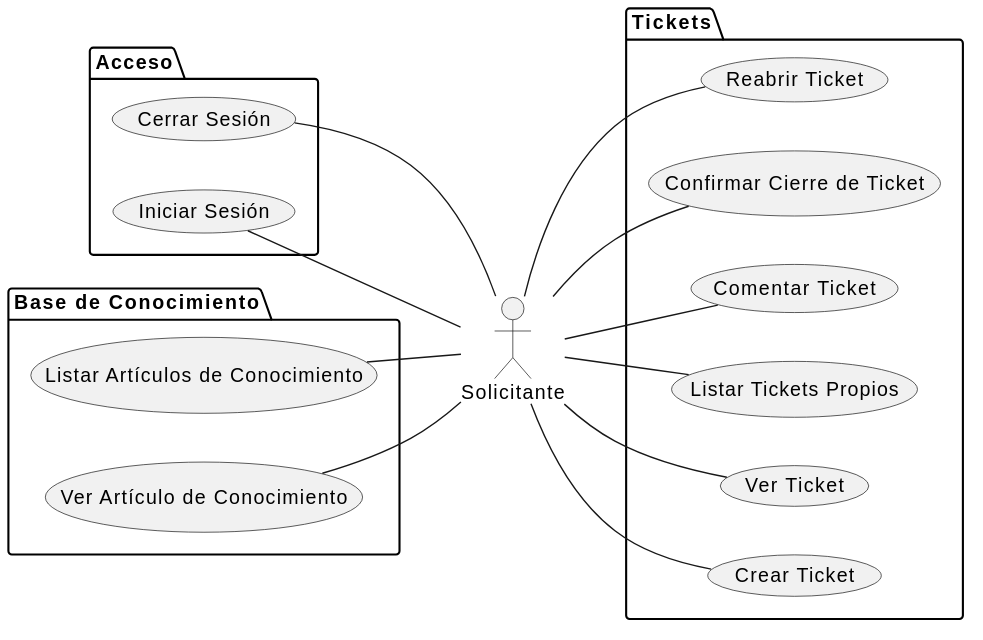
The PlantUML diagram puml/01-fase-inicio/casos-de-uso/actor-solicitante.svg in Dievex/01-HelpDesk, before a commit. Its diagram source:
```plantuml
@startuml
left to right direction


actor Solicitante

package Acceso {
  usecase "Iniciar Sesión" as UC01
  usecase "Cerrar Sesión" as UC02
}

package "Base de Conocimiento" {
  usecase "Ver Artículo de Conocimiento" as UC09
  usecase "Listar Artículos de Conocimiento" as UC10
}

package Tickets {
  usecase "Crear Ticket" as UC03
  usecase "Ver Ticket" as UC04
  usecase "Listar Tickets Propios" as UC05
  usecase "Comentar Ticket" as UC06
  usecase "Confirmar Cierre de Ticket" as UC07
  usecase "Reabrir Ticket" as UC08
}

UC01 -- Solicitante
UC02 -- Solicitante
UC09 -- Solicitante
UC10 -- Solicitante

Solicitante -- UC03
Solicitante -- UC04
Solicitante -- UC05
Solicitante -- UC06
Solicitante -- UC07
Solicitante -- UC08
@enduml
```
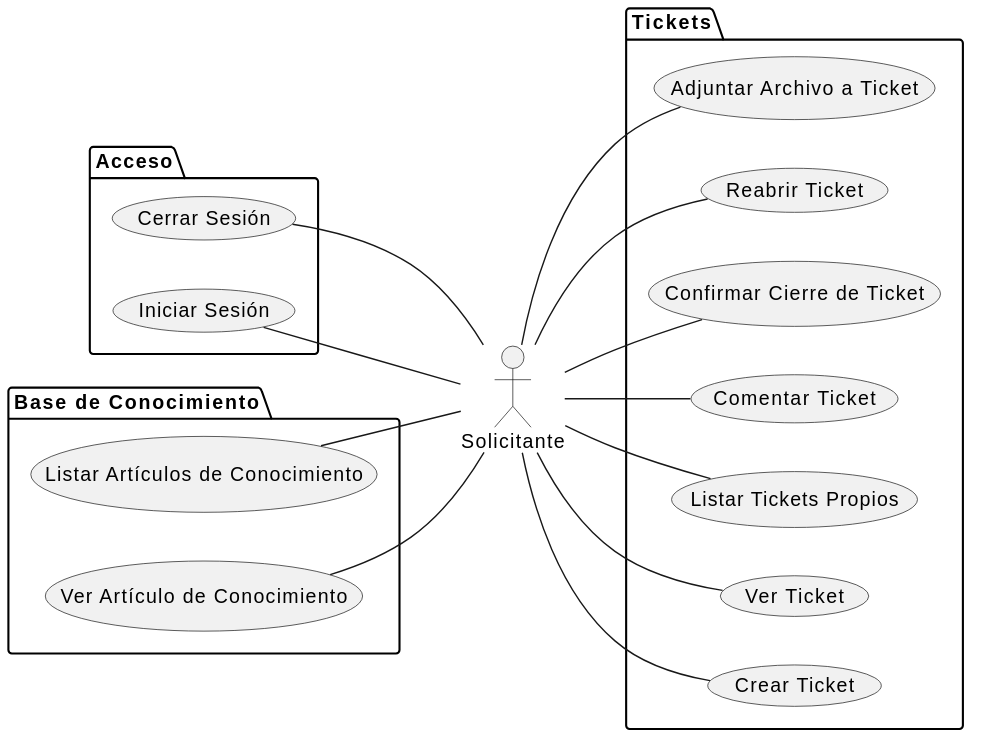
After the change.

What changed in the source:
```diff
@@ -21,6 +21,7 @@
   usecase "Comentar Ticket" as UC06
   usecase "Confirmar Cierre de Ticket" as UC07
   usecase "Reabrir Ticket" as UC08
+  usecase "Adjuntar Archivo a Ticket" as UC42
 }
 
 UC01 -- Solicitante
@@ -34,4 +35,5 @@
 Solicitante -- UC06
 Solicitante -- UC07
 Solicitante -- UC08
+Solicitante -- UC42
 @enduml
```
